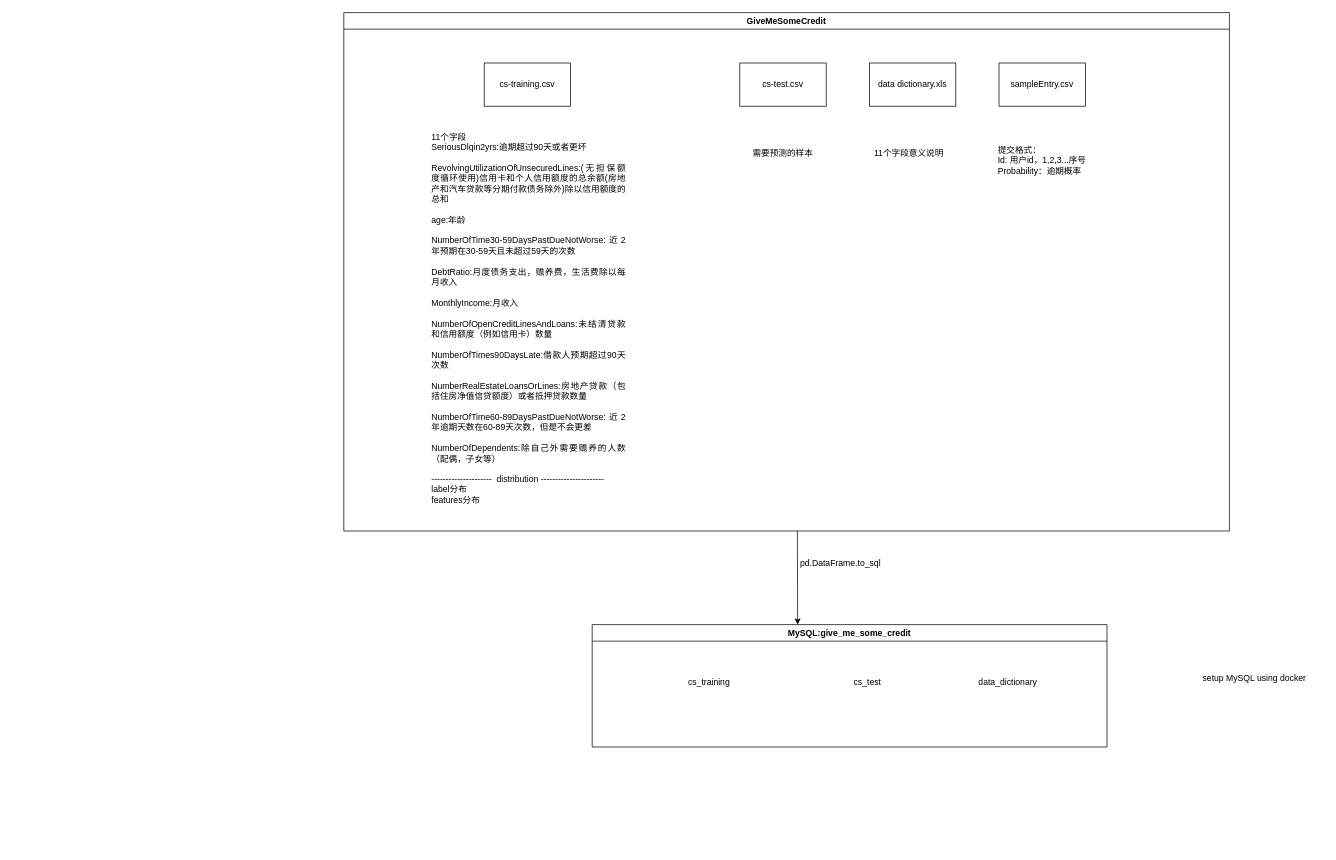
dawangbaixiaofu/credit keeps this draw.io diagram as datasets/give_me_some_credit/data_info.drawio. Above is the earlier version. Source tidied: cells renumbered, new cells numbered last; positions are measured from the earlier drawing's top-left corner, leaving out a move shared by most shapes. Both pictures are drawn from the tidied source at 72%, with x=0, y=0 at pixel (343, 12).
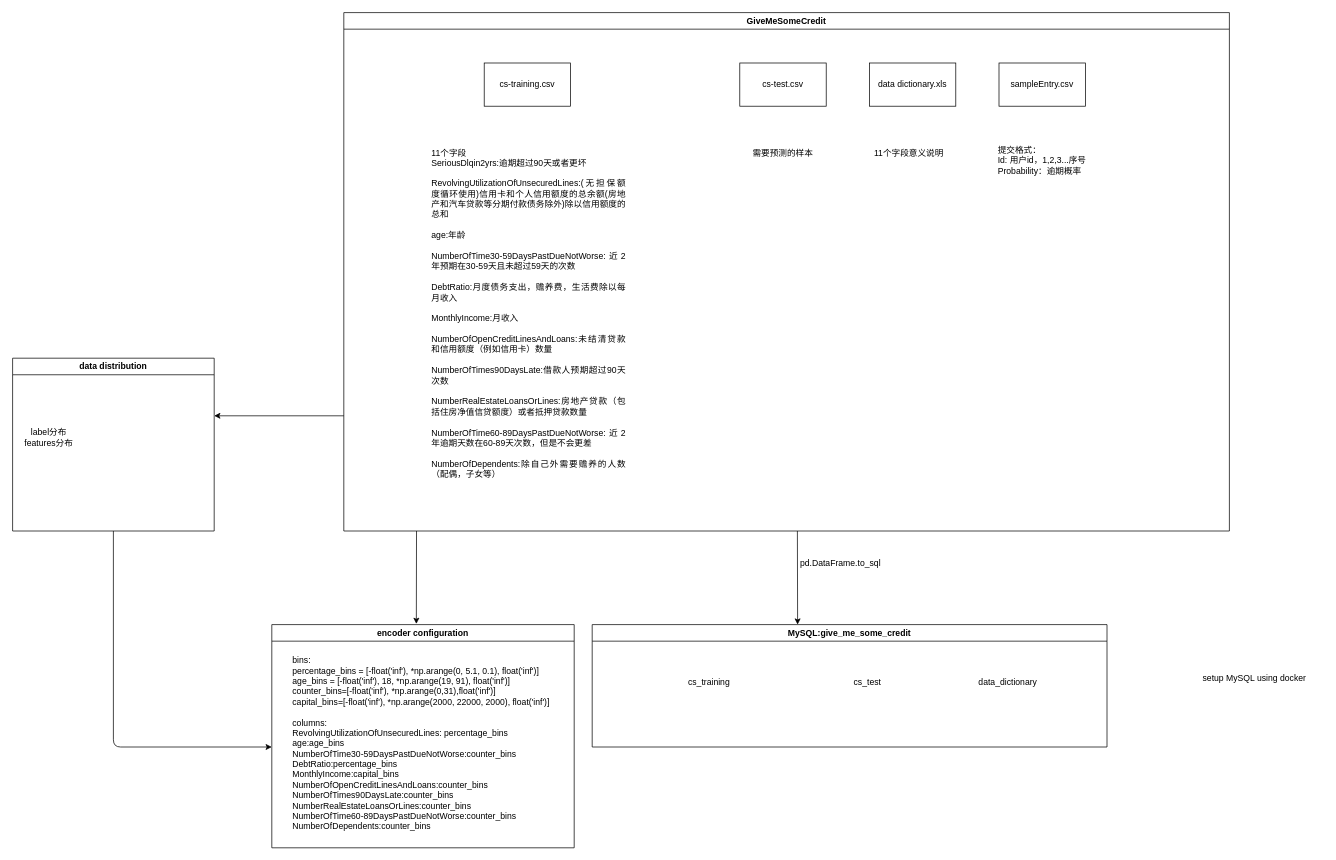
Above is the later version.

Commit message:
supplement encoder configuration

The change refers to these unchanged cells:
```xml
<mxCell id="2" value="GiveMeSomeCredit" style="swimlane;whiteSpace=wrap;html=1;" parent="1" vertex="1">
  <mxGeometry width="1230" height="720" as="geometry" />
</mxCell>
```

Diff of the diagram source:
```diff
@@
-    <mxCell id="7" value="&lt;div style=&quot;text-align: justify;&quot;&gt;&lt;span style=&quot;background-color: initial;&quot;&gt;11个字段&lt;/span&gt;&lt;/div&gt;&lt;table style=&quot;text-align: justify;&quot; width=&quot;270&quot; cellspacing=&quot;0&quot; cellpadding=&quot;0&quot; border=&quot;0&quot;&gt;&lt;tbody&gt;&lt;tr style=&quot;height:12.75pt&quot; height=&quot;17&quot;&gt;  &lt;td style=&quot;height:12.75pt;width:203pt&quot; width=&quot;270&quot; class=&quot;xl65&quot; height=&quot;17&quot;&gt;SeriousDlqin2yrs:逾期超过90天或者更坏&lt;br&gt;&lt;br&gt;&lt;table width=&quot;270&quot; cellspacing=&quot;0&quot; cellpadding=&quot;0&quot; border=&quot;0&quot;&gt;&lt;tbody&gt;&lt;tr style=&quot;height:25.5pt&quot; height=&quot;34&quot;&gt;  &lt;td style=&quot;height:25.5pt;width:203pt&quot; width=&quot;270&quot; class=&quot;xl65&quot; height=&quot;34&quot;&gt;RevolvingUtilizationOfUnsecuredLines:(无担保额度循环使用)信用卡和个人信用额度的总余额(房地产和汽车贷款等分期付款债务除外)除以信用额度的总和&lt;br&gt;&lt;br&gt;age:年龄&lt;br&gt;&lt;br&gt;&lt;table width=&quot;270&quot; cellspacing=&quot;0&quot; cellpadding=&quot;0&quot; border=&quot;0&quot;&gt;&lt;tbody&gt;&lt;tr style=&quot;height:12.75pt&quot; height=&quot;17&quot;&gt;  &lt;td style=&quot;height:12.75pt;width:203pt&quot; width=&quot;270&quot; class=&quot;xl65&quot; height=&quot;17&quot;&gt;NumberOfTime30-59DaysPastDueNotWorse:近2年预期在30-59天且未超过59天的次数&lt;br&gt;&lt;br&gt;&lt;table width=&quot;270&quot; cellspacing=&quot;0&quot; cellpadding=&quot;0&quot; border=&quot;0&quot;&gt;&lt;tbody&gt;&lt;tr style=&quot;height:12.75pt&quot; height=&quot;17&quot;&gt;  &lt;td style=&quot;height:12.75pt;width:203pt&quot; width=&quot;270&quot; class=&quot;xl65&quot; height=&quot;17&quot;&gt;DebtRatio:月度债务支出，赡养费，生活费除以每月收入&lt;br&gt;&lt;br&gt;&lt;table width=&quot;270&quot; cellspacing=&quot;0&quot; cellpadding=&quot;0&quot; border=&quot;0&quot;&gt;&lt;tbody&gt;&lt;tr style=&quot;height:12.75pt&quot; height=&quot;17&quot;&gt;  &lt;td style=&quot;height:12.75pt;width:203pt&quot; width=&quot;270&quot; class=&quot;xl65&quot; height=&quot;17&quot;&gt;MonthlyIncome:月收入&lt;br&gt;&lt;br&gt;&lt;table width=&quot;270&quot; cellspacing=&quot;0&quot; cellpadding=&quot;0&quot; border=&quot;0&quot;&gt;&lt;tbody&gt;&lt;tr style=&quot;height:12.75pt&quot; height=&quot;17&quot;&gt;  &lt;td style=&quot;height:12.75pt;width:203pt&quot; width=&quot;270&quot; class=&quot;xl65&quot; height=&quot;17&quot;&gt;NumberOfOpenCreditLinesAndLoans:未结清贷款和信用额度（例如信用卡）数量&lt;br&gt;&lt;br&gt;&lt;table width=&quot;270&quot; cellspacing=&quot;0&quot; cellpadding=&quot;0&quot; border=&quot;0&quot;&gt;&lt;tbody&gt;&lt;tr style=&quot;height:12.75pt&quot; height=&quot;17&quot;&gt;  &lt;td style=&quot;height:12.75pt;width:203pt&quot; width=&quot;270&quot; class=&quot;xl65&quot; height=&quot;17&quot;&gt;NumberOfTimes90DaysLate:借款人预期超过90天次数&lt;br&gt;&lt;br&gt;&lt;table width=&quot;270&quot; cellspacing=&quot;0&quot; cellpadding=&quot;0&quot; border=&quot;0&quot;&gt;&lt;tbody&gt;&lt;tr style=&quot;height:12.75pt&quot; height=&quot;17&quot;&gt;  &lt;td style=&quot;height:12.75pt;width:203pt&quot; width=&quot;270&quot; class=&quot;xl65&quot; height=&quot;17&quot;&gt;NumberRealEstateLoansOrLines:房地产贷款（包括住房净值信贷额度）或者抵押贷款数量&lt;br&gt;&lt;br&gt;&lt;table width=&quot;270&quot; cellspacing=&quot;0&quot; cellpadding=&quot;0&quot; border=&quot;0&quot;&gt;&lt;tbody&gt;&lt;tr style=&quot;height:12.75pt&quot; height=&quot;17&quot;&gt;  &lt;td style=&quot;height:12.75pt;width:203pt&quot; width=&quot;270&quot; class=&quot;xl65&quot; height=&quot;17&quot;&gt;NumberOfTime60-89DaysPastDueNotWorse:近2年逾期天数在60-89天次数，但是不会更差&lt;br&gt;&lt;br&gt;&lt;table width=&quot;270&quot; cellspacing=&quot;0&quot; cellpadding=&quot;0&quot; border=&quot;0&quot;&gt;&lt;tbody&gt;&lt;tr style=&quot;height:12.75pt&quot; height=&quot;17&quot;&gt;  &lt;td style=&quot;height:12.75pt;width:203pt&quot; width=&quot;270&quot; class=&quot;xl65&quot; height=&quot;17&quot;&gt;NumberOfDependents:除自己外需要赡养的人数（配偶，子女等）&lt;br&gt;&lt;br&gt;---------------------&amp;nbsp; distribution ----------------------&lt;br&gt;label分布&lt;br&gt;features分布&lt;/td&gt;&lt;/tr&gt;&lt;/tbody&gt;&lt;/table&gt;&lt;/td&gt;&lt;/tr&gt;&lt;/tbody&gt;&lt;/table&gt;&lt;/td&gt;&lt;/tr&gt;&lt;/tbody&gt;&lt;/table&gt;&lt;/td&gt;&lt;/tr&gt;&lt;/tbody&gt;&lt;/table&gt;&lt;/td&gt;&lt;/tr&gt;&lt;/tbody&gt;&lt;/table&gt;&lt;/td&gt;&lt;/tr&gt;&lt;/tbody&gt;&lt;/table&gt;&lt;/td&gt;&lt;/tr&gt;&lt;/tbody&gt;&lt;/table&gt;&lt;/td&gt;&lt;/tr&gt;&lt;/tbody&gt;&lt;/table&gt;&lt;/td&gt;&lt;/tr&gt;&lt;/tbody&gt;&lt;/table&gt;&lt;/td&gt;&lt;/tr&gt;&lt;/tbody&gt;&lt;/table&gt;" style="text;html=1;strokeColor=none;fillColor=none;align=left;verticalAlign=middle;whiteSpace=wrap;rounded=0;" parent="2" vertex="1">
+    <mxCell id="7" value="&lt;div style=&quot;text-align: justify;&quot;&gt;&lt;span style=&quot;background-color: initial;&quot;&gt;11个字段&lt;/span&gt;&lt;/div&gt;&lt;table style=&quot;text-align: justify;&quot; width=&quot;270&quot; cellspacing=&quot;0&quot; cellpadding=&quot;0&quot; border=&quot;0&quot;&gt;&lt;tbody&gt;&lt;tr style=&quot;height:12.75pt&quot; height=&quot;17&quot;&gt;  &lt;td style=&quot;height:12.75pt;width:203pt&quot; width=&quot;270&quot; class=&quot;xl65&quot; height=&quot;17&quot;&gt;SeriousDlqin2yrs:逾期超过90天或者更坏&lt;br&gt;&lt;br&gt;&lt;table width=&quot;270&quot; cellspacing=&quot;0&quot; cellpadding=&quot;0&quot; border=&quot;0&quot;&gt;&lt;tbody&gt;&lt;tr style=&quot;height:25.5pt&quot; height=&quot;34&quot;&gt;  &lt;td style=&quot;height:25.5pt;width:203pt&quot; width=&quot;270&quot; class=&quot;xl65&quot; height=&quot;34&quot;&gt;RevolvingUtilizationOfUnsecuredLines:(无担保额度循环使用)信用卡和个人信用额度的总余额(房地产和汽车贷款等分期付款债务除外)除以信用额度的总和&lt;br&gt;&lt;br&gt;age:年龄&lt;br&gt;&lt;br&gt;&lt;table width=&quot;270&quot; cellspacing=&quot;0&quot; cellpadding=&quot;0&quot; border=&quot;0&quot;&gt;&lt;tbody&gt;&lt;tr style=&quot;height:12.75pt&quot; height=&quot;17&quot;&gt;  &lt;td style=&quot;height:12.75pt;width:203pt&quot; width=&quot;270&quot; class=&quot;xl65&quot; height=&quot;17&quot;&gt;NumberOfTime30-59DaysPastDueNotWorse:近2年预期在30-59天且未超过59天的次数&lt;br&gt;&lt;br&gt;&lt;table width=&quot;270&quot; cellspacing=&quot;0&quot; cellpadding=&quot;0&quot; border=&quot;0&quot;&gt;&lt;tbody&gt;&lt;tr style=&quot;height:12.75pt&quot; height=&quot;17&quot;&gt;  &lt;td style=&quot;height:12.75pt;width:203pt&quot; width=&quot;270&quot; class=&quot;xl65&quot; height=&quot;17&quot;&gt;DebtRatio:月度债务支出，赡养费，生活费除以每月收入&lt;br&gt;&lt;br&gt;&lt;table width=&quot;270&quot; cellspacing=&quot;0&quot; cellpadding=&quot;0&quot; border=&quot;0&quot;&gt;&lt;tbody&gt;&lt;tr style=&quot;height:12.75pt&quot; height=&quot;17&quot;&gt;  &lt;td style=&quot;height:12.75pt;width:203pt&quot; width=&quot;270&quot; class=&quot;xl65&quot; height=&quot;17&quot;&gt;MonthlyIncome:月收入&lt;br&gt;&lt;br&gt;&lt;table width=&quot;270&quot; cellspacing=&quot;0&quot; cellpadding=&quot;0&quot; border=&quot;0&quot;&gt;&lt;tbody&gt;&lt;tr style=&quot;height:12.75pt&quot; height=&quot;17&quot;&gt;  &lt;td style=&quot;height:12.75pt;width:203pt&quot; width=&quot;270&quot; class=&quot;xl65&quot; height=&quot;17&quot;&gt;NumberOfOpenCreditLinesAndLoans:未结清贷款和信用额度（例如信用卡）数量&lt;br&gt;&lt;br&gt;&lt;table width=&quot;270&quot; cellspacing=&quot;0&quot; cellpadding=&quot;0&quot; border=&quot;0&quot;&gt;&lt;tbody&gt;&lt;tr style=&quot;height:12.75pt&quot; height=&quot;17&quot;&gt;  &lt;td style=&quot;height:12.75pt;width:203pt&quot; width=&quot;270&quot; class=&quot;xl65&quot; height=&quot;17&quot;&gt;NumberOfTimes90DaysLate:借款人预期超过90天次数&lt;br&gt;&lt;br&gt;&lt;table width=&quot;270&quot; cellspacing=&quot;0&quot; cellpadding=&quot;0&quot; border=&quot;0&quot;&gt;&lt;tbody&gt;&lt;tr style=&quot;height:12.75pt&quot; height=&quot;17&quot;&gt;  &lt;td style=&quot;height:12.75pt;width:203pt&quot; width=&quot;270&quot; class=&quot;xl65&quot; height=&quot;17&quot;&gt;NumberRealEstateLoansOrLines:房地产贷款（包括住房净值信贷额度）或者抵押贷款数量&lt;br&gt;&lt;br&gt;&lt;table width=&quot;270&quot; cellspacing=&quot;0&quot; cellpadding=&quot;0&quot; border=&quot;0&quot;&gt;&lt;tbody&gt;&lt;tr style=&quot;height:12.75pt&quot; height=&quot;17&quot;&gt;  &lt;td style=&quot;height:12.75pt;width:203pt&quot; width=&quot;270&quot; class=&quot;xl65&quot; height=&quot;17&quot;&gt;NumberOfTime60-89DaysPastDueNotWorse:近2年逾期天数在60-89天次数，但是不会更差&lt;br&gt;&lt;br&gt;&lt;table width=&quot;270&quot; cellspacing=&quot;0&quot; cellpadding=&quot;0&quot; border=&quot;0&quot;&gt;&lt;tbody&gt;&lt;tr style=&quot;height:12.75pt&quot; height=&quot;17&quot;&gt;  &lt;td style=&quot;height:12.75pt;width:203pt&quot; width=&quot;270&quot; class=&quot;xl65&quot; height=&quot;17&quot;&gt;NumberOfDependents:除自己外需要赡养的人数（配偶，子女等）&lt;br&gt;&lt;br&gt;&lt;/td&gt;&lt;/tr&gt;&lt;/tbody&gt;&lt;/table&gt;&lt;/td&gt;&lt;/tr&gt;&lt;/tbody&gt;&lt;/table&gt;&lt;/td&gt;&lt;/tr&gt;&lt;/tbody&gt;&lt;/table&gt;&lt;/td&gt;&lt;/tr&gt;&lt;/tbody&gt;&lt;/table&gt;&lt;/td&gt;&lt;/tr&gt;&lt;/tbody&gt;&lt;/table&gt;&lt;/td&gt;&lt;/tr&gt;&lt;/tbody&gt;&lt;/table&gt;&lt;/td&gt;&lt;/tr&gt;&lt;/tbody&gt;&lt;/table&gt;&lt;/td&gt;&lt;/tr&gt;&lt;/tbody&gt;&lt;/table&gt;&lt;/td&gt;&lt;/tr&gt;&lt;/tbody&gt;&lt;/table&gt;&lt;/td&gt;&lt;/tr&gt;&lt;/tbody&gt;&lt;/table&gt;" style="text;html=1;strokeColor=none;fillColor=none;align=left;verticalAlign=middle;whiteSpace=wrap;rounded=0;" parent="2" vertex="1">
       <mxGeometry x="120" y="160" width="280" height="530" as="geometry" />
     </mxCell>
@@
+    <mxCell id="18" value="encoder configuration" style="swimlane;whiteSpace=wrap;html=1;startSize=23;" parent="1" vertex="1">
+      <mxGeometry x="-100" y="850" width="420" height="310" as="geometry" />
+    </mxCell>
+    <mxCell id="19" value="&lt;div style=&quot;text-align: justify;&quot;&gt;&lt;span style=&quot;background-color: initial;&quot;&gt;bins:&lt;/span&gt;&lt;/div&gt;&lt;span style=&quot;&quot;&gt;&lt;div style=&quot;text-align: left;&quot;&gt;&lt;span style=&quot;background-color: initial;&quot;&gt;percentage_bins = [&lt;/span&gt;&lt;span style=&quot;background-color: initial;&quot;&gt;-float('inf'), *np.arange(0, 5.1, 0.1), float('inf')&lt;/span&gt;&lt;span style=&quot;background-color: initial;&quot;&gt;]&lt;/span&gt;&lt;/div&gt;&lt;/span&gt;&lt;div style=&quot;text-align: left;&quot;&gt;age_bins = [-float('inf'), 18, *np.arange(19, 91), float('inf')]&lt;/div&gt;&lt;div style=&quot;text-align: left;&quot;&gt;counter_bins=[-float('inf'), *np.arange(0,31),float('inf')]&lt;/div&gt;&lt;div style=&quot;text-align: left;&quot;&gt;capital_bins=[-float('inf'), *np.arange(2000, 22000, 2000), float('inf')]&lt;/div&gt;&lt;div style=&quot;text-align: left;&quot;&gt;&lt;br&gt;&lt;/div&gt;&lt;div style=&quot;text-align: justify;&quot;&gt;columns:&lt;/div&gt;&lt;div style=&quot;text-align: justify;&quot;&gt;RevolvingUtilizationOfUnsecuredLines: percentage_bins&lt;/div&gt;&lt;div style=&quot;text-align: justify;&quot;&gt;age:age_bins&lt;/div&gt;&lt;div style=&quot;text-align: justify;&quot;&gt;NumberOfTime30-59DaysPastDueNotWorse:counter_bins&lt;br&gt;&lt;/div&gt;&lt;div style=&quot;text-align: justify;&quot;&gt;DebtRatio:percentage_bins&lt;br&gt;&lt;/div&gt;&lt;div style=&quot;text-align: justify;&quot;&gt;MonthlyIncome:capital_bins&lt;br&gt;&lt;/div&gt;&lt;div style=&quot;text-align: justify;&quot;&gt;NumberOfOpenCreditLinesAndLoans:counter_bins&lt;br&gt;&lt;/div&gt;&lt;div style=&quot;text-align: justify;&quot;&gt;NumberOfTimes90DaysLate:counter_bins&lt;br&gt;&lt;/div&gt;&lt;div style=&quot;text-align: justify;&quot;&gt;NumberRealEstateLoansOrLines:counter_bins&lt;br&gt;&lt;/div&gt;&lt;div style=&quot;text-align: justify;&quot;&gt;NumberOfTime60-89DaysPastDueNotWorse:counter_bins&lt;br&gt;&lt;/div&gt;&lt;div style=&quot;text-align: justify;&quot;&gt;NumberOfDependents:counter_bins&lt;br&gt;&lt;/div&gt;" style="text;html=1;strokeColor=none;fillColor=none;align=center;verticalAlign=middle;whiteSpace=wrap;rounded=0;" parent="18" vertex="1">
+      <mxGeometry x="20" y="35" width="375" height="260" as="geometry" />
+    </mxCell>
+    <mxCell id="20" style="endArrow=classic;html=1;entryX=0.478;entryY=-0.003;entryDx=0;entryDy=0;entryPerimeter=0;" parent="1" edge="1" target="18">
+      <mxGeometry relative="1" as="geometry">
+        <mxPoint x="101" y="720" as="sourcePoint" />
+      </mxGeometry>
+    </mxCell>
+    <mxCell id="21" value="data distribution" style="swimlane;whiteSpace=wrap;html=1;" parent="1" vertex="1">
+      <mxGeometry x="-460" y="480" width="280" height="240" as="geometry" />
+    </mxCell>
+    <mxCell id="22" value="&lt;span style=&quot;text-align: justify;&quot;&gt;label分布&lt;/span&gt;&lt;br style=&quot;text-align: justify;&quot;&gt;&lt;span style=&quot;text-align: justify;&quot;&gt;features分布&lt;/span&gt;" style="text;html=1;align=center;verticalAlign=middle;strokeColor=none;fillColor=none;" parent="1" vertex="1">
+      <mxGeometry x="-455" y="570" width="90" height="40" as="geometry" />
+    </mxCell>
+    <mxCell id="23" style="endArrow=classic;html=1;" parent="1" edge="1">
+      <mxGeometry relative="1" as="geometry">
+        <mxPoint y="560" as="sourcePoint" />
+        <mxPoint x="-180" y="560" as="targetPoint" />
+      </mxGeometry>
+    </mxCell>
+    <mxCell id="24" style="endArrow=classic;html=1;exitX=0.5;exitY=1;exitDx=0;exitDy=0;" parent="1" edge="1" source="21">
+      <mxGeometry relative="1" as="geometry">
+        <mxPoint x="-100" y="1020" as="targetPoint" />
+        <Array as="points">
+          <mxPoint x="-320" y="1020" />
+        </Array>
+      </mxGeometry>
+    </mxCell>
```
